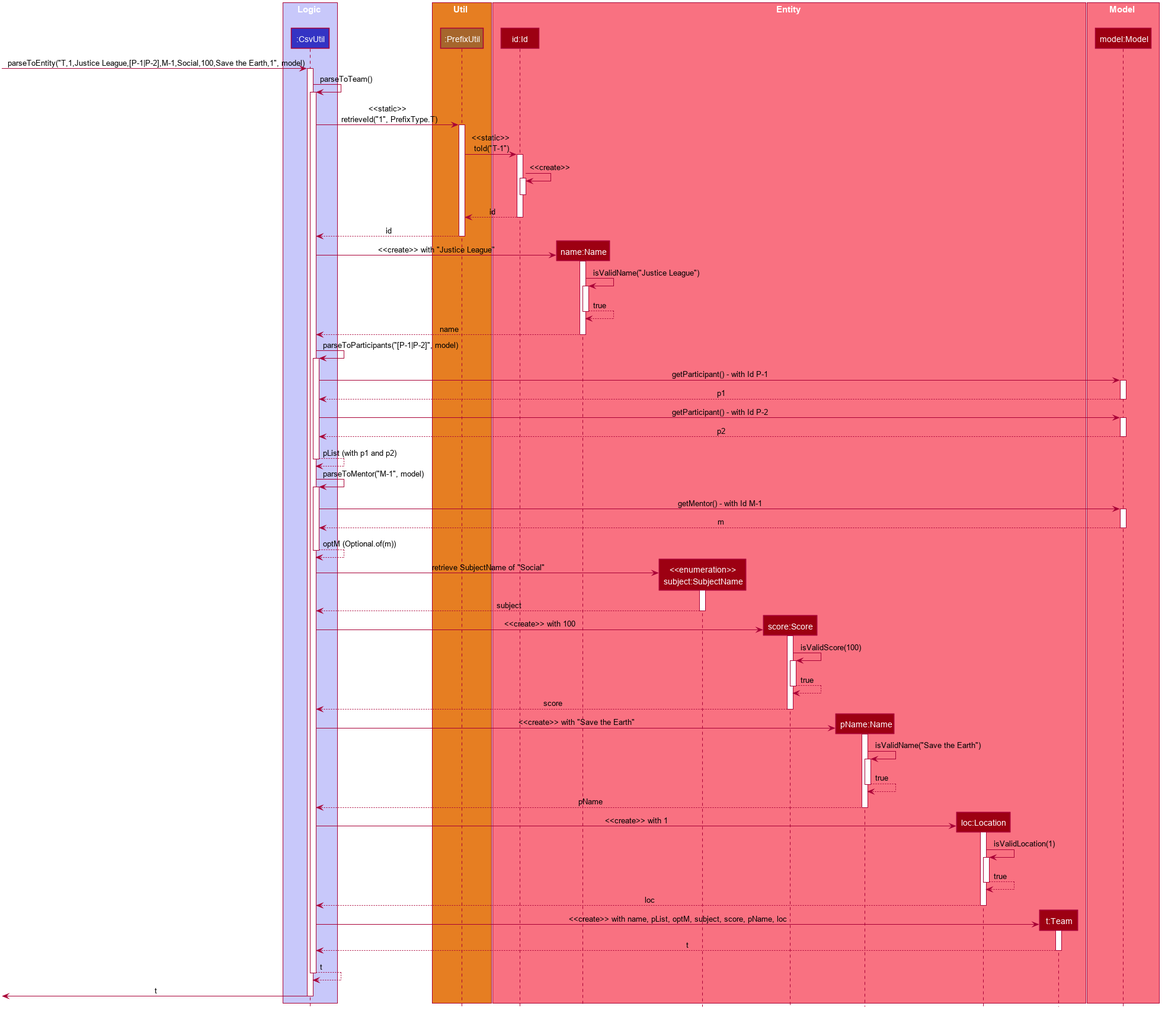
This is docs/images/CsvUtilParseTeamSequenceDiagram.png from john0227/main, a PlantUML export, as it was before one commit. The source it was exported from:
```plantuml
@startuml












skinparam BackgroundColor #FFFFFFF

skinparam Shadowing false

skinparam Class {
    FontColor #FFFFFF
    BorderThickness 1
    BorderColor #FFFFFF
    StereotypeFontColor #FFFFFF
    FontName Arial
}

skinparam Actor {
    BorderColor #000000
    Color #000000
    FontName Arial
}

skinparam Sequence {
    MessageAlign center
    BoxFontSize 15
    BoxPadding 0
    BoxFontColor #FFFFFF
    FontName Arial
}

skinparam Participant {
    FontColor #FFFFFFF
    Padding 20
}

skinparam MinClassWidth 50
skinparam ParticipantPadding 10
skinparam Shadowing false
skinparam DefaultTextAlignment center
skinparam packageStyle Rectangle

hide footbox
hide members
hide circle

box Logic #C8C8FA
participant ":CsvUtil" as CsvUtil #3333C4
end box

box Util #E67E22
participant ":PrefixUtil" as PrefixUtil #A6662C
end box

box Entity #F97181
participant "id:Id" as Id #9D0012
participant "name:Name" as Name #9D0012
participant "<<enumeration>>\nsubject:SubjectName" as Subject #9D0012
participant "score:Score" as Score #9D0012
participant "pName:Name" as ProjectName #9D0012
participant "loc:Location" as Location #9D0012
participant "t:Team" as Team #9D0012
end box

box Model #F97181
participant "model:Model" as Model #9D0012
end box

[->CsvUtil : parseToEntity("T,1,Justice League,[P-1|P-2],M-1,Social,100,Save the Earth,1", model)
activate CsvUtil
CsvUtil -> CsvUtil ++ : parseToTeam()
    CsvUtil -> PrefixUtil ++ : <<static>>\nretrieveId("1", PrefixType.T)
        PrefixUtil -> Id ++ : <<static>>\ntoId("T-1")
            Id -> Id ++ : <<create>>
            deactivate Id
            return id
        return id

    create Name
    CsvUtil -> Name ++ : <<create>> with "Justice League"
        Name -> Name ++ : isValidName("Justice League")
        return true
    return name

    CsvUtil -> CsvUtil ++ : parseToParticipants("[P-1|P-2]", model)
        CsvUtil -> Model ++ : getParticipant() - with Id P-1
        return p1
        CsvUtil -> Model ++ : getParticipant() - with Id P-2
        return p2
    return pList (with p1 and p2)

    CsvUtil -> CsvUtil ++ : parseToMentor("M-1", model)
        CsvUtil -> Model ++ : getMentor() - with Id M-1
        return m
    return optM (Optional.of(m))

    create Subject
    CsvUtil -> Subject ++ : retrieve SubjectName of "Social"
    return subject

    create Score
    CsvUtil -> Score ++ : <<create>> with 100
        Score -> Score ++ : isValidScore(100)
        return true
    return score

    create ProjectName
    CsvUtil -> ProjectName ++ : <<create>> with "Save the Earth"
        ProjectName -> ProjectName ++ : isValidName("Save the Earth")
        return true
    return pName

    create Location
    CsvUtil -> Location ++ : <<create>> with 1
        Location -> Location ++ : isValidLocation(1)
        return true
    return loc

    create Team
    CsvUtil -> Team ++ : <<create>> with name, pList, optM, subject, score, pName, loc
    return t
return t

[<-CsvUtil : t
deactivate CsvUtil

@enduml
```
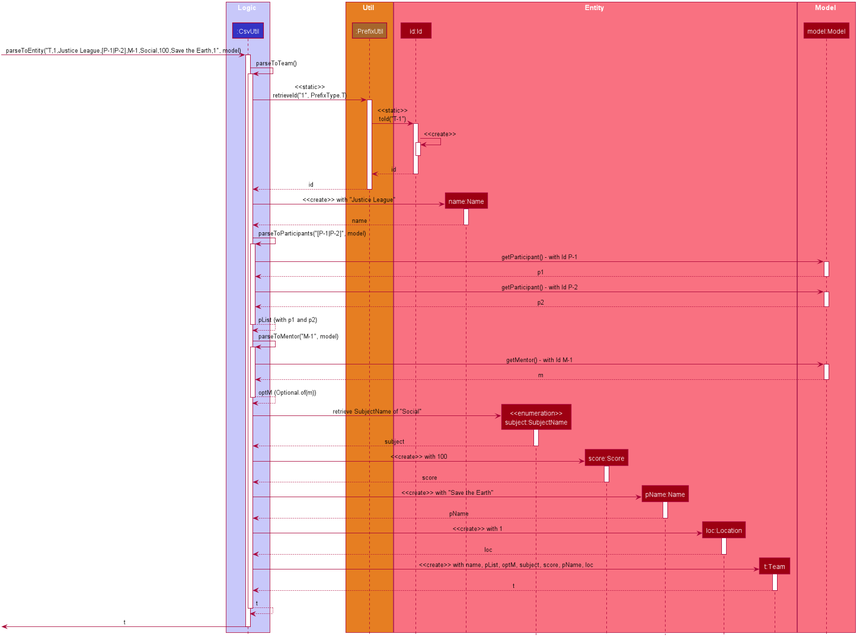
Above is the later version.

Change to the diagram source:
```diff
@@ -86,8 +86,6 @@
 
     create Name
     CsvUtil -> Name ++ : <<create>> with "Justice League"
-        Name -> Name ++ : isValidName("Justice League")
-        return true
     return name
 
     CsvUtil -> CsvUtil ++ : parseToParticipants("[P-1|P-2]", model)
@@ -108,20 +106,14 @@
 
     create Score
     CsvUtil -> Score ++ : <<create>> with 100
-        Score -> Score ++ : isValidScore(100)
-        return true
     return score
 
     create ProjectName
     CsvUtil -> ProjectName ++ : <<create>> with "Save the Earth"
-        ProjectName -> ProjectName ++ : isValidName("Save the Earth")
-        return true
     return pName
 
     create Location
     CsvUtil -> Location ++ : <<create>> with 1
-        Location -> Location ++ : isValidLocation(1)
-        return true
     return loc
 
     create Team
```
